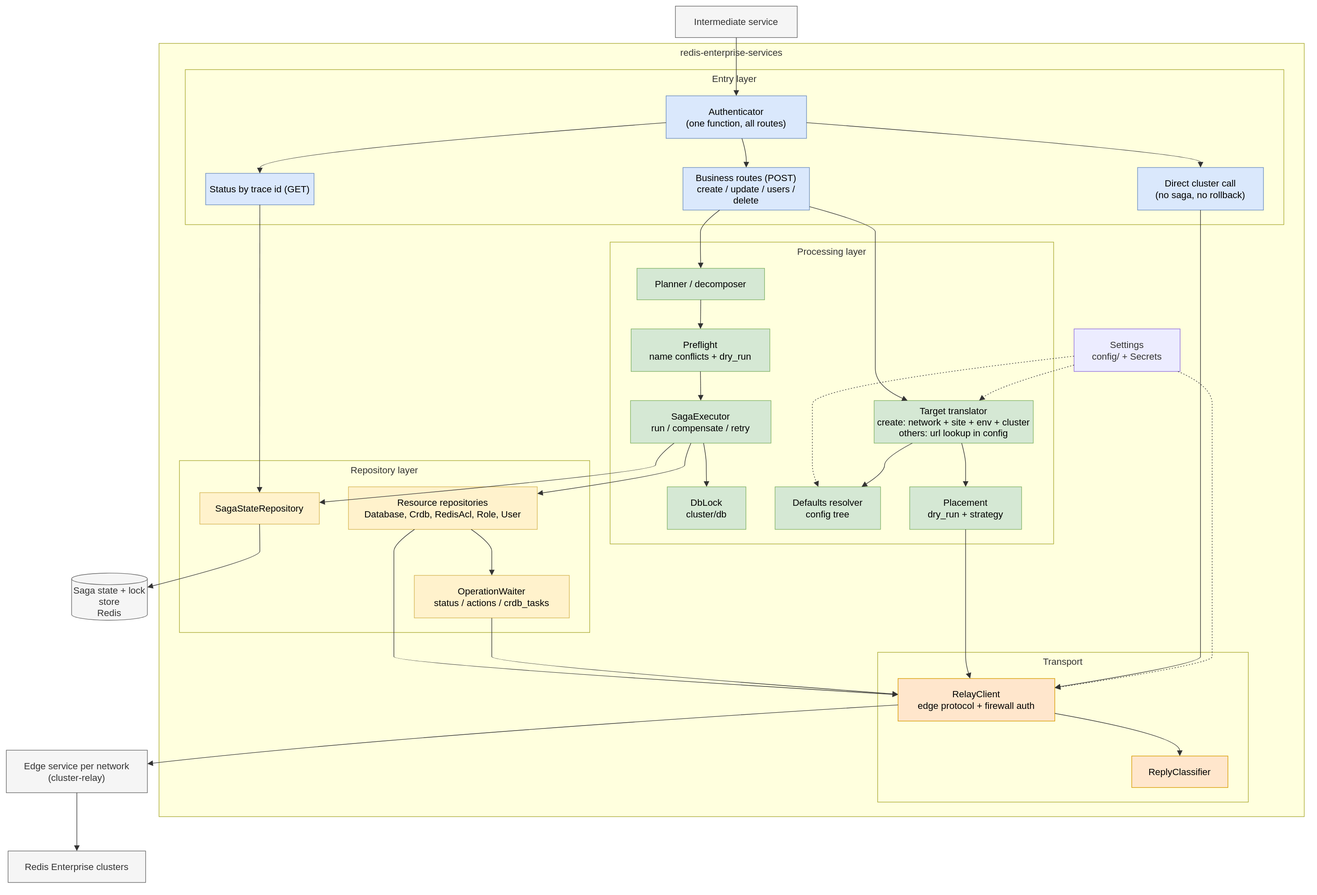
Earlier version of the draw.io export docs/dr/diagrams/03-components.drawio.svg (EliShteinman/redis-enterprise-services). Source tidied: cells renumbered, new cells last; positions are measured from the earlier drawing's top-left corner, leaving out a move shared by most shapes.
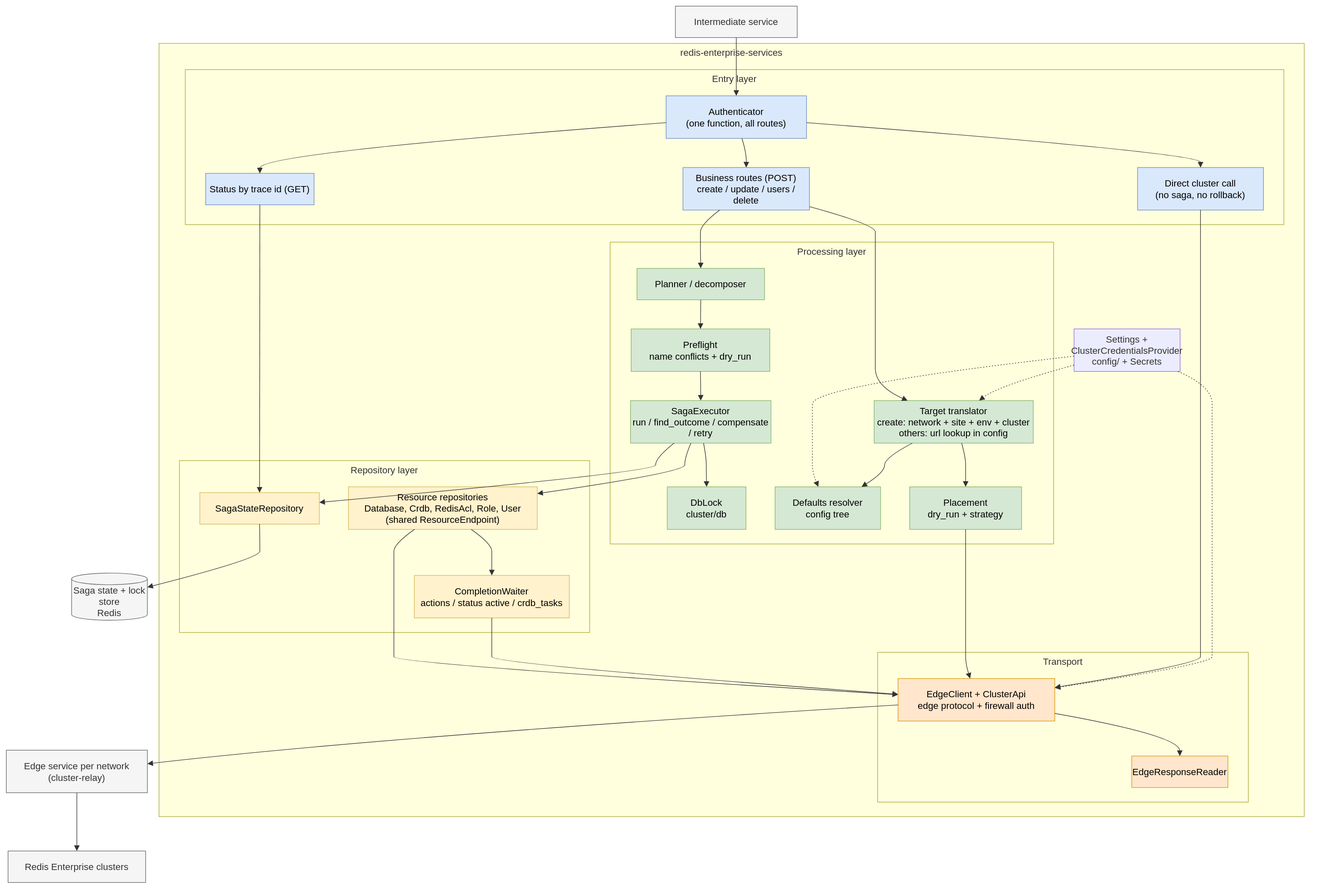
After the change.

What changed in the source:
```diff
@@ -59,7 +59,7 @@
     <mxCell id="16" value="Preflight&#10;name conflicts + dry_run" style="html=1;whiteSpace=wrap;strokeWidth=1;fillColor=#d5e8d4;strokeColor=#82b366;fontColor=default;fontFamily=Trebuchet MS,Verdana,Arial,sans-serif;fontSize=16;" parent="11" vertex="1">
       <mxGeometry x="36" y="149" width="238" height="73" as="geometry" />
     </mxCell>
-    <mxCell id="17" value="SagaExecutor&#10;run / compensate / retry" style="html=1;whiteSpace=wrap;strokeWidth=1;fillColor=#d5e8d4;strokeColor=#82b366;fontColor=default;fontFamily=Trebuchet MS,Verdana,Arial,sans-serif;fontSize=16;" parent="11" vertex="1">
+    <mxCell id="17" value="SagaExecutor&#10;run / find_outcome / compensate / retry" style="html=1;whiteSpace=wrap;strokeWidth=1;fillColor=#d5e8d4;strokeColor=#82b366;fontColor=default;fontFamily=Trebuchet MS,Verdana,Arial,sans-serif;fontSize=16;" parent="11" vertex="1">
       <mxGeometry x="35" y="272" width="241" height="73" as="geometry" />
     </mxCell>
     <mxCell id="18" value="DbLock&#10;cluster/db" style="html=1;whiteSpace=wrap;strokeWidth=1;fillColor=#d5e8d4;strokeColor=#82b366;fontColor=default;fontFamily=Trebuchet MS,Verdana,Arial,sans-serif;fontSize=16;" parent="11" vertex="1">
@@ -98,10 +98,10 @@
     <mxCell id="24" value="Repository layer" style="html=1;whiteSpace=wrap;strokeWidth=1;verticalAlign=top;fillColor=light-dark(#ffffde,#1f2020);strokeColor=light-dark(#aaaa33,#cccccc);fontColor=light-dark(#333333,#cccccc);fontFamily=Trebuchet MS,Verdana,Arial,sans-serif;fontSize=16;" parent="2" vertex="1">
       <mxGeometry x="35" y="716" width="704" height="295" as="geometry" />
     </mxCell>
-    <mxCell id="25" value="Resource repositories&#10;Database, Crdb, RedisAcl, Role, User" style="html=1;whiteSpace=wrap;strokeWidth=1;fillColor=#fff2cc;strokeColor=#d6b656;fontColor=default;fontFamily=Trebuchet MS,Verdana,Arial,sans-serif;fontSize=16;" parent="24" vertex="1">
+    <mxCell id="25" value="Resource repositories&#10;Database, Crdb, RedisAcl, Role, User&#10;(shared ResourceEndpoint)" style="html=1;whiteSpace=wrap;strokeWidth=1;fillColor=#fff2cc;strokeColor=#d6b656;fontColor=default;fontFamily=Trebuchet MS,Verdana,Arial,sans-serif;fontSize=16;" parent="24" vertex="1">
       <mxGeometry x="290" y="45" width="324" height="73" as="geometry" />
     </mxCell>
-    <mxCell id="26" value="OperationWaiter&#10;status / actions / crdb_tasks" style="html=1;whiteSpace=wrap;strokeWidth=1;fillColor=#fff2cc;strokeColor=#d6b656;fontColor=default;fontFamily=Trebuchet MS,Verdana,Arial,sans-serif;fontSize=16;" parent="24" vertex="1">
+    <mxCell id="26" value="CompletionWaiter&#10;actions / status active / crdb_tasks" style="html=1;whiteSpace=wrap;strokeWidth=1;fillColor=#fff2cc;strokeColor=#d6b656;fontColor=default;fontFamily=Trebuchet MS,Verdana,Arial,sans-serif;fontSize=16;" parent="24" vertex="1">
       <mxGeometry x="403" y="197" width="266" height="73" as="geometry" />
     </mxCell>
     <mxCell id="27" value="SagaStateRepository" style="html=1;whiteSpace=wrap;strokeWidth=1;fillColor=#fff2cc;strokeColor=#d6b656;fontColor=default;fontFamily=Trebuchet MS,Verdana,Arial,sans-serif;fontSize=16;" parent="24" vertex="1">
@@ -118,10 +118,10 @@
     <mxCell id="29" value="Transport" style="html=1;whiteSpace=wrap;strokeWidth=1;verticalAlign=top;fillColor=light-dark(#ffffde,#1f2020);strokeColor=light-dark(#aaaa33,#cccccc);fontColor=light-dark(#333333,#cccccc);fontFamily=Trebuchet MS,Verdana,Arial,sans-serif;fontSize=16;" parent="2" vertex="1">
       <mxGeometry x="1233" y="1045" width="636" height="257" as="geometry" />
     </mxCell>
-    <mxCell id="30" value="RelayClient&#10;edge protocol + firewall auth" style="html=1;whiteSpace=wrap;strokeWidth=1;fillColor=#ffe6cc;strokeColor=#d79b00;fontColor=default;fontFamily=Trebuchet MS,Verdana,Arial,sans-serif;fontSize=16;" parent="29" vertex="1">
+    <mxCell id="30" value="EdgeClient + ClusterApi&#10;edge protocol + firewall auth" style="html=1;whiteSpace=wrap;strokeWidth=1;fillColor=#ffe6cc;strokeColor=#d79b00;fontColor=default;fontFamily=Trebuchet MS,Verdana,Arial,sans-serif;fontSize=16;" parent="29" vertex="1">
       <mxGeometry x="35" y="45" width="269" height="73" as="geometry" />
     </mxCell>
-    <mxCell id="31" value="ReplyClassifier" style="html=1;whiteSpace=wrap;strokeWidth=1;fillColor=#ffe6cc;strokeColor=#d79b00;fontColor=default;fontFamily=Trebuchet MS,Verdana,Arial,sans-serif;fontSize=16;" parent="29" vertex="1">
+    <mxCell id="31" value="EdgeResponseReader" style="html=1;whiteSpace=wrap;strokeWidth=1;fillColor=#ffe6cc;strokeColor=#d79b00;fontColor=default;fontFamily=Trebuchet MS,Verdana,Arial,sans-serif;fontSize=16;" parent="29" vertex="1">
       <mxGeometry x="436" y="178" width="165" height="54" as="geometry" />
     </mxCell>
     <mxCell id="32" style="curved=1;startArrow=none;endArrow=block;endSize=7;strokeColor=light-dark(#333333,#cccccc);exitX=1;exitY=0.82;entryX=0.5;entryY=0;" parent="29" edge="1" source="30" target="31">
@@ -131,7 +131,7 @@
         </Array>
       </mxGeometry>
     </mxCell>
-    <mxCell id="33" value="Settings&#10;config/ + Secrets" style="html=1;whiteSpace=wrap;strokeWidth=1;fillColor=light-dark(#ECECFF,#1f2020);strokeColor=light-dark(#9370DB,#cccccc);fontColor=light-dark(#333333,#cccccc);fontFamily=Trebuchet MS,Verdana,Arial,sans-serif;fontSize=16;" parent="2" vertex="1">
+    <mxCell id="33" value="Settings + ClusterCredentialsProvider&#10;config/ + Secrets" style="html=1;whiteSpace=wrap;strokeWidth=1;fillColor=light-dark(#ECECFF,#1f2020);strokeColor=light-dark(#9370DB,#cccccc);fontColor=light-dark(#333333,#cccccc);fontFamily=Trebuchet MS,Verdana,Arial,sans-serif;fontSize=16;" parent="2" vertex="1">
       <mxGeometry x="1570" y="490" width="182" height="73" as="geometry" />
     </mxCell>
     <mxCell id="34" style="curved=1;startArrow=none;endArrow=block;endSize=7;strokeColor=light-dark(#333333,#cccccc);exitX=1;exitY=0.92;entryX=0.21;entryY=0;" parent="2" edge="1" source="5" target="12">
```
